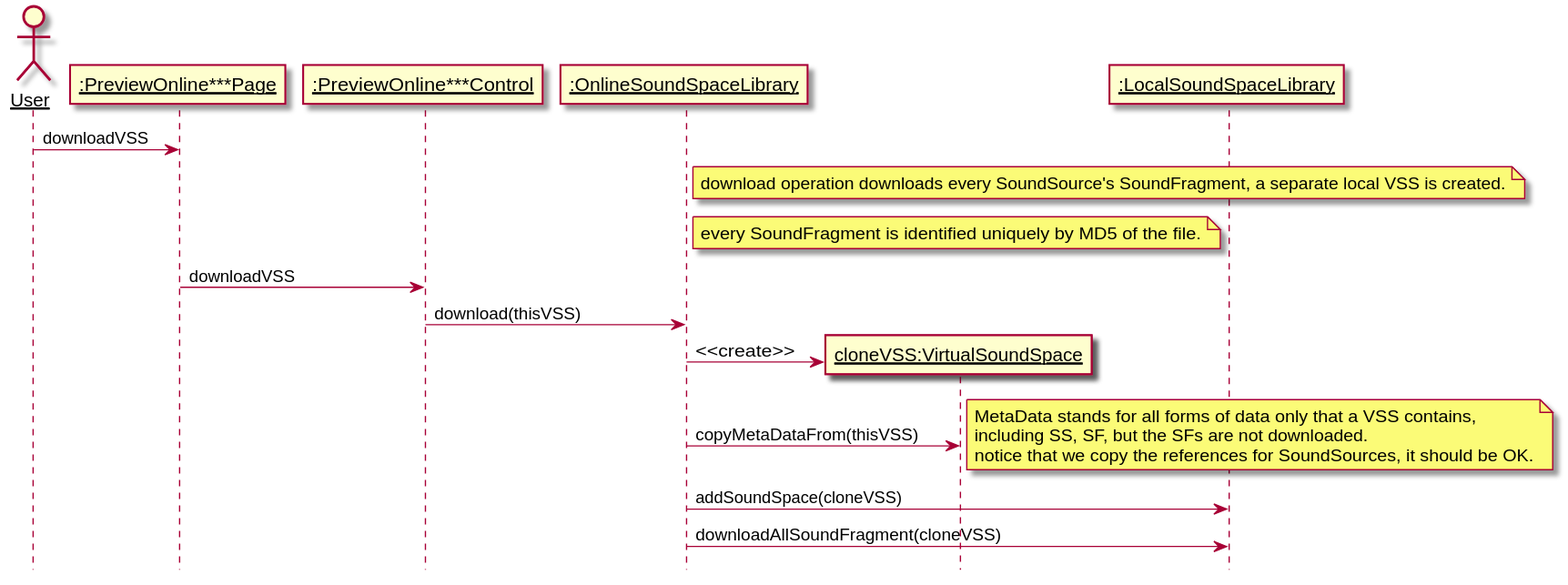
Before: 需求定义和分析/Diagrams/DownloadVSS.svg, a diagram exported from PlantUML (kpp19920121/doc).
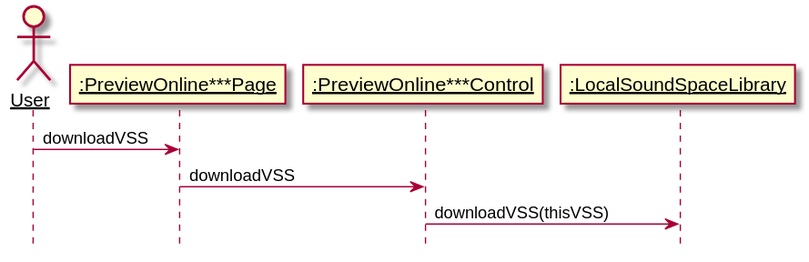
Later version of the same file.

What changed in the source:
```diff
@@ -4,25 +4,10 @@
 actor User as user
 participant ":PreviewOnline***Page" as page
 participant ":PreviewOnline***Control" as control
-participant ":OnlineSoundSpaceLibrary" as onlinelib
-participant "cloneVSS:VirtualSoundSpace" as clone
 participant ":LocalSoundSpaceLibrary" as library
 user -> page: downloadVSS
-note right of onlinelib: download operation downloads every SoundSource's SoundFragment, a separate local VSS is created.
-note right of onlinelib: every SoundFragment is identified uniquely by MD5 of the file.
 page -> control: downloadVSS
-control -> onlinelib: download(thisVSS)
-create clone
-onlinelib -> clone: <<create>>
-onlinelib -> clone: copyMetaDataFrom(thisVSS)
-note right
-MetaData stands for all forms of data only that a VSS contains,
-including SS, SF, but the SFs are not downloaded.
-notice that we copy the references for SoundSources, it should be OK.
-end note
-onlinelib -> library: addSoundSpace(cloneVSS)
-onlinelib -> library: downloadAllSoundFragment(cloneVSS)
-
+control -> library: downloadVSS(thisVSS)
 
 
 
```
